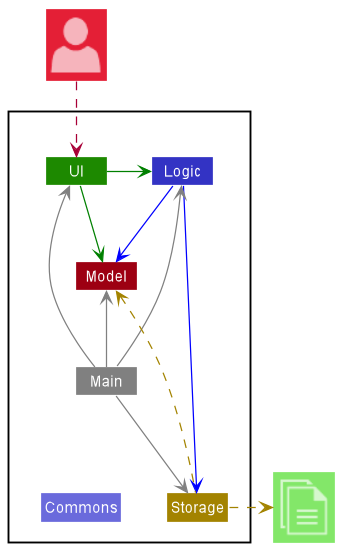
nus-cs2103-AY2223S1/tp keeps this PlantUML diagram as docs/images/ArchitectureDiagram.png. Above is the earlier version.
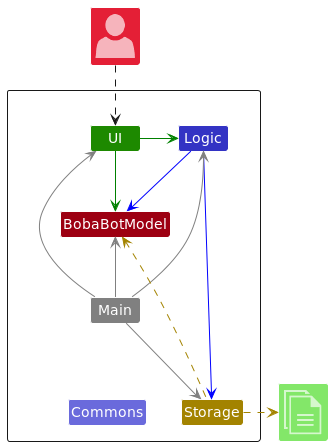
Above is the later version.

The edit, as a diff of the source:
```diff
@@ -8,7 +8,7 @@
     Class UI UI_COLOR
     Class Logic LOGIC_COLOR
     Class Storage STORAGE_COLOR
-    Class Model MODEL_COLOR
+    Class BobaBotModel MODEL_COLOR
     Class Main #grey
     Class Commons LOGIC_COLOR_T2
 }
@@ -18,16 +18,16 @@
 
 
 UI -[#green]> Logic
-UI -right[#green]-> Model
+UI -right[#green]-> BobaBotModel
 Logic -[#blue]-> Storage
-Logic -down[#blue]-> Model
+Logic -down[#blue]-> BobaBotModel
 Main -[#grey]-> UI
 Main -[#grey]-> Logic
 Main -[#grey]-> Storage
-Main -up[#grey]-> Model
+Main -up[#grey]-> BobaBotModel
 Main -down[hidden]-> Commons
 
-Storage -up[STORAGE_COLOR].> Model
+Storage -up[STORAGE_COLOR].> BobaBotModel
 Storage .right[STORAGE_COLOR].>File
 User ..> UI
 @enduml
```
